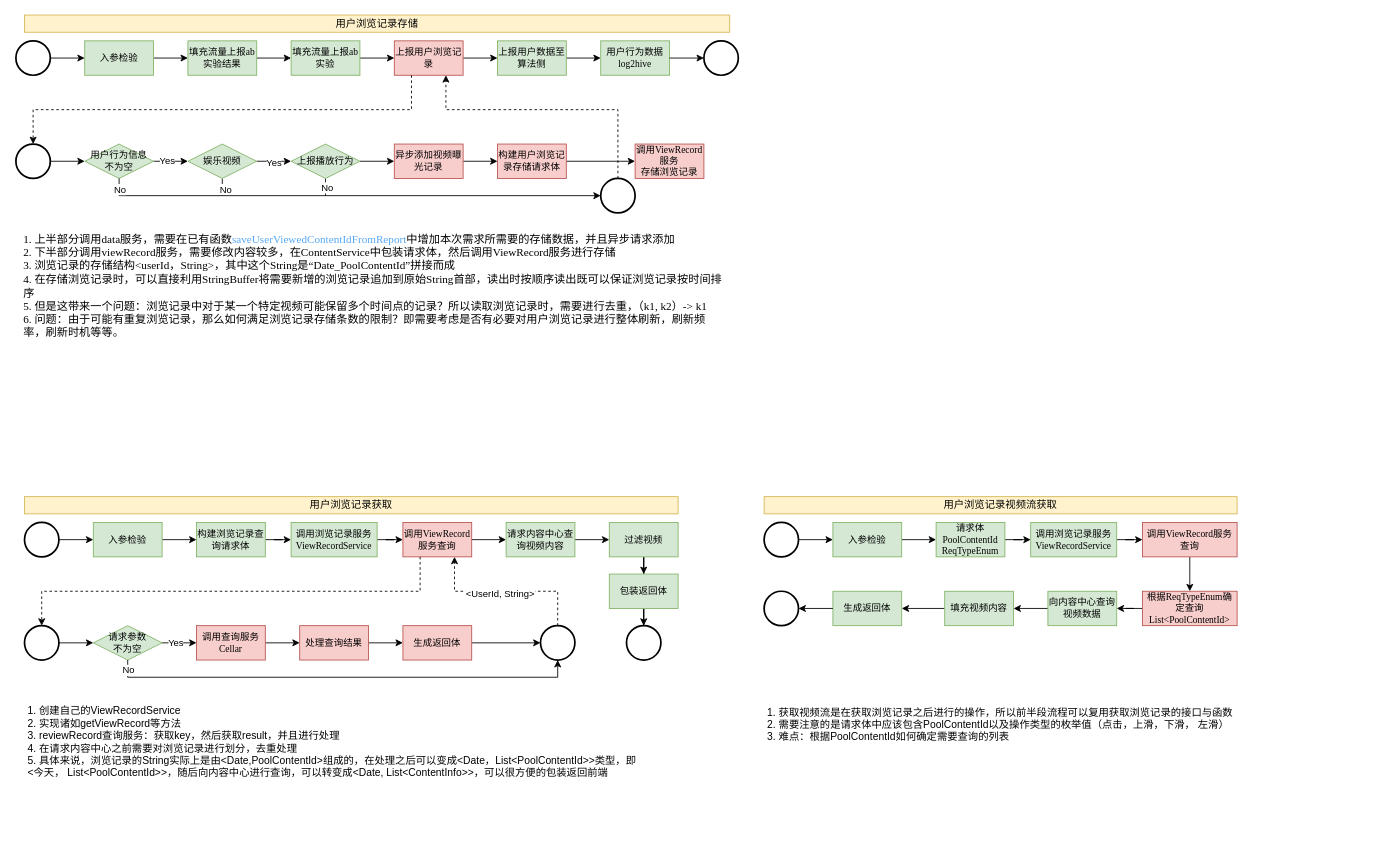
The draw.io diagram pipeline.drawio in wuulaa/my-first-game, before the edit. Source tidied: cells renumbered, new cells numbered last; positions are measured from the earlier drawing's top-left corner, leaving out a move shared by most shapes. Both pictures are drawn from the tidied source at 86%, with x=0, y=0 at pixel (15, 15).
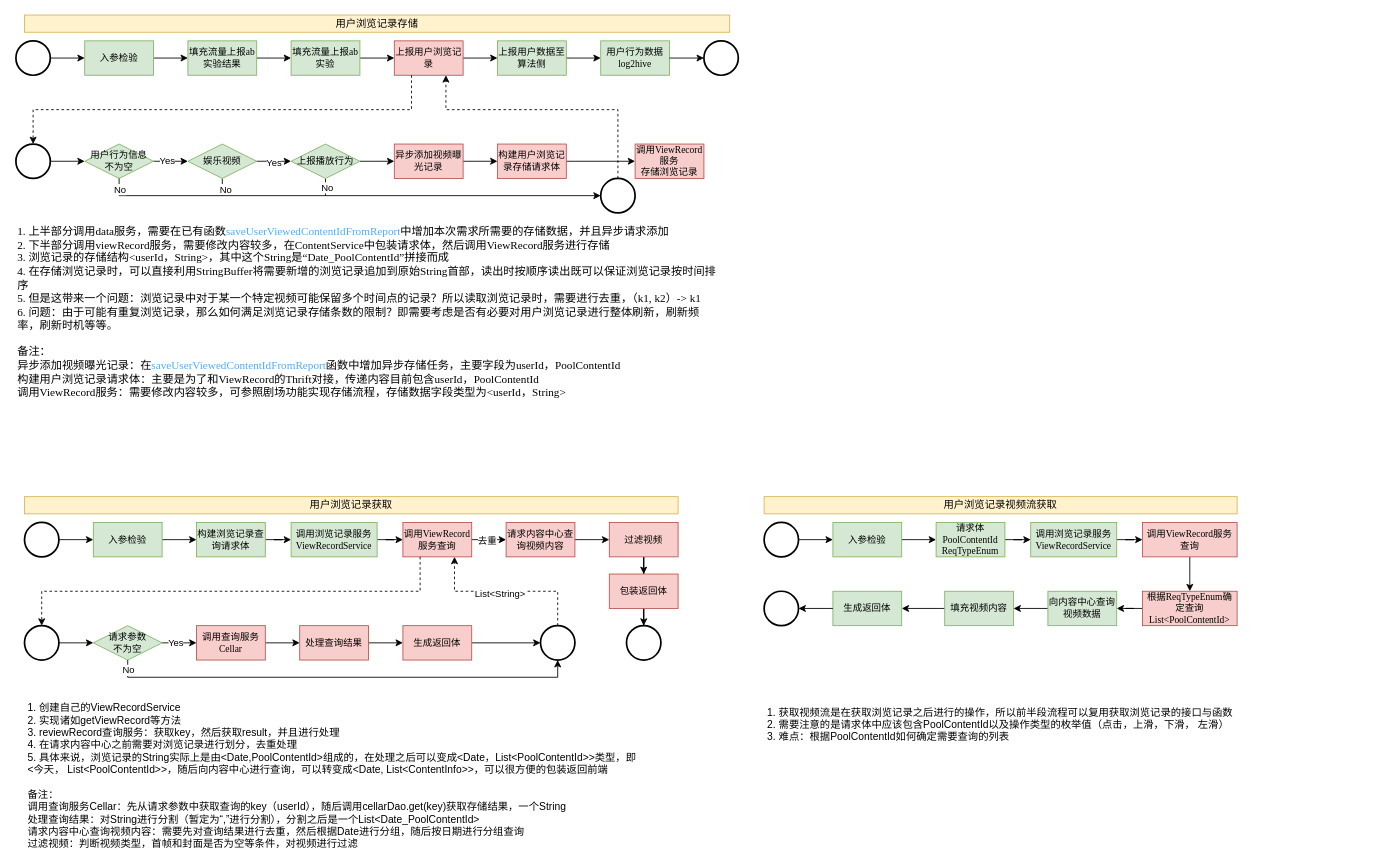
After the change.

Unchanged cells that the change refers to:
```xml
<mxCell id="49" style="edgeStyle=orthogonalEdgeStyle;rounded=0;jettySize=auto;html=1;entryX=0;entryY=0.5;entryDx=0;entryDy=0;" parent="1" edge="1" source="50" target="52">
  <mxGeometry relative="1" as="geometry" />
</mxCell>
<mxCell id="72" style="edgeStyle=orthogonalEdgeStyle;rounded=0;jettySize=auto;html=1;entryX=0.75;entryY=1;entryDx=0;entryDy=0;dashed=1;" parent="1" edge="1" source="74" target="50">
  <mxGeometry relative="1" as="geometry">
    <Array as="points">
      <mxPoint x="630" y="670" />
      <mxPoint x="510" y="670" />
    </Array>
  </mxGeometry>
</mxCell>
```

The edit, as a diff of the source:
```diff
@@
+    <mxCell id="100" value="去重" style="edgeLabel;html=1;align=center;verticalAlign=middle;" parent="49" vertex="1">
+      <mxGeometry x="-0.13" relative="1" as="geometry" />
+    </mxCell>
@@
-    <mxCell id="52" value="请求内容中心查询视频内容" style="rounded=0;whiteSpace=wrap;html=1;fontFamily=Times New Roman;fontSize=11;fillColor=#d5e8d4;strokeColor=#82b366;" parent="1" vertex="1">
+    <mxCell id="52" value="请求内容中心查询视频内容" style="rounded=0;whiteSpace=wrap;html=1;fontFamily=Times New Roman;fontSize=11;fillColor=#f8cecc;strokeColor=#b85450;" parent="1" vertex="1">
       <mxGeometry x="570" y="590" width="80" height="40" as="geometry" />
     </mxCell>
@@
-    <mxCell id="54" value="过滤视频" style="rounded=0;whiteSpace=wrap;html=1;fontFamily=Times New Roman;fontSize=11;fillColor=#d5e8d4;strokeColor=#82b366;" parent="1" vertex="1">
+    <mxCell id="54" value="过滤视频" style="rounded=0;whiteSpace=wrap;html=1;fontFamily=Times New Roman;fontSize=11;fillColor=#f8cecc;strokeColor=#b85450;" parent="1" vertex="1">
       <mxGeometry x="690" y="590" width="80" height="40" as="geometry" />
     </mxCell>
@@
-    <mxCell id="67" value="1. 创建自己的ViewRecordService&lt;div&gt;2. 实现诸如getViewRecord等方法&lt;/div&gt;&lt;div&gt;3. reviewRecord查询服务：获取key，然后获取result，并且进行处理&lt;/div&gt;&lt;div&gt;4. 在请求内容中心之前需要对浏览记录进行划分，去重处理&lt;/div&gt;&lt;div&gt;5. 具体来说，浏览记录的String实际上是由&amp;lt;Date,PoolContentId&amp;gt;组成的，在处理之后可以变成&amp;lt;Date，List&amp;lt;PoolContentId&amp;gt;&amp;gt;类型，即&amp;lt;今天， List&amp;lt;PoolContentId&amp;gt;&amp;gt;，随后向内容中心进行查询，可以转变成&amp;lt;Date, List&amp;lt;ContentInfo&amp;gt;&amp;gt;，可以很方便的包装返回前端&lt;/div&gt;" style="text;html=1;align=left;verticalAlign=middle;whiteSpace=wrap;rounded=0;" parent="1" vertex="1">
-      <mxGeometry x="12" y="830" width="716" height="30" as="geometry" />
+    <mxCell id="67" value="1. 创建自己的ViewRecordService&lt;div&gt;2. 实现诸如getViewRecord等方法&lt;/div&gt;&lt;div&gt;3. reviewRecord查询服务：获取key，然后获取result，并且进行处理&lt;/div&gt;&lt;div&gt;4. 在请求内容中心之前需要对浏览记录进行划分，去重处理&lt;/div&gt;&lt;div&gt;5. 具体来说，浏览记录的String实际上是由&amp;lt;Date,PoolContentId&amp;gt;组成的，在处理之后可以变成&amp;lt;Date，List&amp;lt;PoolContentId&amp;gt;&amp;gt;类型，即&amp;lt;今天， List&amp;lt;PoolContentId&amp;gt;&amp;gt;，随后向内容中心进行查询，可以转变成&amp;lt;Date, List&amp;lt;ContentInfo&amp;gt;&amp;gt;，可以很方便的包装返回前端&lt;/div&gt;&lt;div&gt;&lt;br&gt;&lt;/div&gt;&lt;div&gt;备注：&lt;/div&gt;&lt;div&gt;调用查询服务Cellar：先从请求参数中获取查询的key（userId），随后调用cellarDao.get(key)获取存储结果，一个String&lt;/div&gt;&lt;div&gt;处理查询结果：对String进行分割（暂定为“,”进行分割），分割之后是一个List&amp;lt;Date_PoolContentId&amp;gt;&lt;/div&gt;&lt;div&gt;请求内容中心查询视频内容：需要先对查询结果进行去重，然后根据Date进行分组，随后按日期进行分组查询&lt;/div&gt;&lt;div&gt;过滤视频：判断视频类型，首帧和封面是否为空等条件，对视频进行过滤&lt;/div&gt;" style="text;html=1;align=left;verticalAlign=middle;whiteSpace=wrap;rounded=0;" parent="1" vertex="1">
+      <mxGeometry x="12" y="870" width="716" height="30" as="geometry" />
     </mxCell>
@@
-    <mxCell id="73" value="&amp;lt;UserId, String&amp;gt;" style="edgeLabel;html=1;align=center;verticalAlign=middle;" parent="72" vertex="1">
+    <mxCell id="73" value="List&amp;lt;String&amp;gt;" style="edgeLabel;html=1;align=center;verticalAlign=middle;" parent="72" vertex="1">
       <mxGeometry x="0.08" y="2" relative="1" as="geometry" />
     </mxCell>
@@
-    <mxCell id="76" value="包装返回体" style="rounded=0;whiteSpace=wrap;html=1;fontFamily=Times New Roman;fontSize=11;fillColor=#d5e8d4;strokeColor=#82b366;" parent="1" vertex="1">
+    <mxCell id="76" value="包装返回体" style="rounded=0;whiteSpace=wrap;html=1;fontFamily=Times New Roman;fontSize=11;fillColor=#f8cecc;strokeColor=#b85450;" parent="1" vertex="1">
       <mxGeometry x="690" y="650" width="80" height="40" as="geometry" />
     </mxCell>
@@
-    <mxCell id="78" value="&lt;font face=&quot;Times New Roman&quot; style=&quot;font-size: 13px;&quot;&gt;1. 上半部分调用data服务，需要在已有函数&lt;span style=&quot;color: rgb(86, 168, 245);&quot;&gt;saveUserViewedContentIdFromReport&lt;/span&gt;中增加本次需求所需要的存储数据，并且异步请求添加&lt;/font&gt;&lt;div&gt;&lt;font face=&quot;Times New Roman&quot; style=&quot;font-size: 13px;&quot;&gt;2. 下半部分调用viewRecord服务，需要修改内容较多，在ContentService中包装请求体，然后调用ViewRecord服务进行存储&lt;/font&gt;&lt;/div&gt;&lt;div&gt;&lt;font face=&quot;Times New Roman&quot; style=&quot;font-size: 13px;&quot;&gt;3. 浏览记录的存储结构&amp;lt;userId，String&amp;gt;，其中这个String是“Date_PoolContentId”拼接而成&lt;/font&gt;&lt;/div&gt;&lt;div&gt;&lt;font face=&quot;Times New Roman&quot; style=&quot;font-size: 13px;&quot;&gt;4. 在存储浏览记录时，可以直接利用StringBuffer将需要新增的浏览记录追加到原始String首部，读出时按顺序读出既可以保证浏览记录按时间排序&lt;/font&gt;&lt;/div&gt;&lt;div&gt;&lt;font face=&quot;Times New Roman&quot; style=&quot;font-size: 13px;&quot;&gt;5. 但是这带来一个问题：浏览记录中对于某一个特定视频可能保留多个时间点的记录？所以读取浏览记录时，需要进行去重，（k1, k2）-&amp;gt; k1&lt;/font&gt;&lt;/div&gt;&lt;div&gt;&lt;font face=&quot;Times New Roman&quot; style=&quot;font-size: 13px;&quot;&gt;6. 问题：由于可能有重复浏览记录，那么如何满足浏览记录存储条数的限制？即需要考虑是否有必要对用户浏览记录进行整体刷新，刷新频率，刷新时机等等。&lt;/font&gt;&lt;/div&gt;" style="text;html=1;align=left;verticalAlign=middle;whiteSpace=wrap;rounded=0;" parent="1" vertex="1">
-      <mxGeometry x="7" y="300" width="820" height="30" as="geometry" />
+    <mxCell id="78" value="&lt;font face=&quot;Times New Roman&quot; style=&quot;font-size: 13px;&quot;&gt;1. 上半部分调用data服务，需要在已有函数&lt;span style=&quot;color: rgb(86, 168, 245);&quot;&gt;saveUserViewedContentIdFromReport&lt;/span&gt;中增加本次需求所需要的存储数据，并且异步请求添加&lt;/font&gt;&lt;div&gt;&lt;font face=&quot;Times New Roman&quot; style=&quot;font-size: 13px;&quot;&gt;2. 下半部分调用viewRecord服务，需要修改内容较多，在ContentService中包装请求体，然后调用ViewRecord服务进行存储&lt;/font&gt;&lt;/div&gt;&lt;div&gt;&lt;font face=&quot;Times New Roman&quot; style=&quot;font-size: 13px;&quot;&gt;3. 浏览记录的存储结构&amp;lt;userId，String&amp;gt;，其中这个String是“Date_PoolContentId”拼接而成&lt;/font&gt;&lt;/div&gt;&lt;div&gt;&lt;font face=&quot;Times New Roman&quot; style=&quot;font-size: 13px;&quot;&gt;4. 在存储浏览记录时，可以直接利用StringBuffer将需要新增的浏览记录追加到原始String首部，读出时按顺序读出既可以保证浏览记录按时间排序&lt;/font&gt;&lt;/div&gt;&lt;div&gt;&lt;font face=&quot;Times New Roman&quot; style=&quot;font-size: 13px;&quot;&gt;5. 但是这带来一个问题：浏览记录中对于某一个特定视频可能保留多个时间点的记录？所以读取浏览记录时，需要进行去重，（k1, k2）-&amp;gt; k1&lt;/font&gt;&lt;/div&gt;&lt;div&gt;&lt;font face=&quot;Times New Roman&quot; style=&quot;font-size: 13px;&quot;&gt;6. 问题：由于可能有重复浏览记录，那么如何满足浏览记录存储条数的限制？即需要考虑是否有必要对用户浏览记录进行整体刷新，刷新频率，刷新时机等等。&lt;/font&gt;&lt;/div&gt;&lt;div&gt;&lt;font face=&quot;Times New Roman&quot; style=&quot;font-size: 13px;&quot;&gt;&lt;br&gt;&lt;/font&gt;&lt;/div&gt;&lt;div&gt;&lt;font face=&quot;Times New Roman&quot; style=&quot;font-size: 13px;&quot;&gt;备注：&lt;/font&gt;&lt;/div&gt;&lt;div&gt;&lt;font face=&quot;Times New Roman&quot;&gt;&lt;span style=&quot;font-size: 13px;&quot;&gt;异步添加视频曝光记录：在&lt;/span&gt;&lt;/font&gt;&lt;span style=&quot;color: rgb(86, 168, 245); font-family: &amp;quot;Times New Roman&amp;quot;; font-size: 13px; background-color: initial;&quot;&gt;saveUserViewedContentIdFromReport&lt;/span&gt;&lt;span style=&quot;font-family: &amp;quot;Times New Roman&amp;quot;; font-size: 13px; background-color: initial;&quot;&gt;函数&lt;/span&gt;&lt;span style=&quot;font-family: &amp;quot;Times New Roman&amp;quot;; font-size: 13px; background-color: initial;&quot;&gt;中增加异步存储任务，主要字段为userId，PoolContentId&lt;/span&gt;&lt;/div&gt;&lt;div&gt;&lt;span style=&quot;font-family: &amp;quot;Times New Roman&amp;quot;; font-size: 13px; background-color: initial;&quot;&gt;构建用户浏览记录请求体：主要是为了和ViewRecord的Thrift对接，传递内容目前包含userId，PoolContentId&lt;/span&gt;&lt;/div&gt;&lt;div&gt;&lt;span style=&quot;font-family: &amp;quot;Times New Roman&amp;quot;; font-size: 13px; background-color: initial;&quot;&gt;调用ViewRecord服务：需要修改内容较多，可参照剧场功能实现存储流程，存储数据字段类型为&amp;lt;userId，String&amp;gt;&lt;/span&gt;&lt;/div&gt;" style="text;html=1;align=left;verticalAlign=middle;whiteSpace=wrap;rounded=0;" parent="1" vertex="1">
+      <mxGeometry y="330" width="820" height="30" as="geometry" />
     </mxCell>
```
